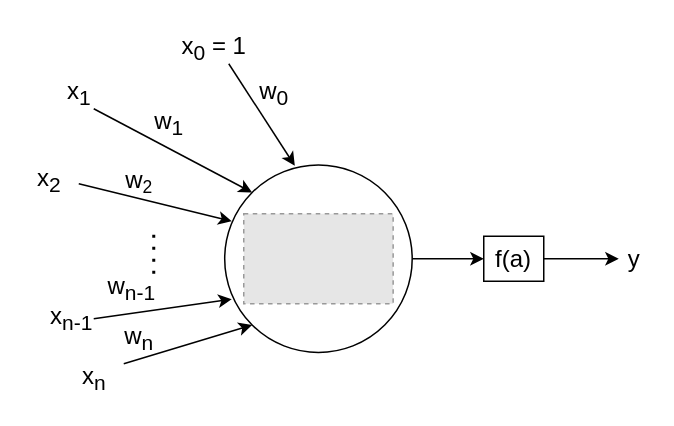
Above: img/perceptron.drawio in AleksasVaitulevicius/masters_latex (draw.io), before the change. Source tidied: cells renumbered, new cells numbered last; positions are measured from the earlier drawing's top-left corner, leaving out a move shared by most shapes. Both pictures are drawn from the tidied source at 150%, with x=0, y=0 at pixel (26, 26). Pictures stored in the file or linked from it are replaced by grey dashed boxes.
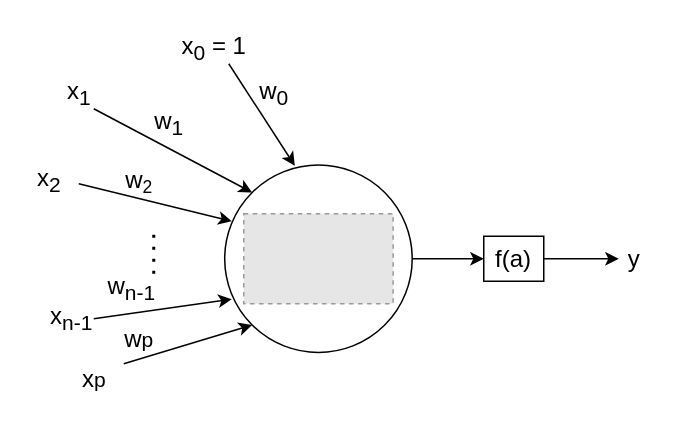
After the change.

Diff of the diagram source:
```diff
@@
-    <mxCell id="18" value="w&lt;sub&gt;&lt;font style=&quot;font-size: 14px&quot;&gt;n&lt;/font&gt;&lt;/sub&gt;" style="text;html=1;align=center;verticalAlign=middle;fontSize=16;" parent="1" vertex="1">
+    <mxCell id="18" value="w&lt;span style=&quot;font-size: 14px&quot;&gt;p&lt;/span&gt;" style="text;html=1;align=center;verticalAlign=middle;fontSize=16;" parent="1" vertex="1">
       <mxGeometry x="60" y="192.5" width="30" height="30" as="geometry" />
     </mxCell>
@@
-    <mxCell id="23" value="x&lt;sub&gt;&lt;font style=&quot;font-size: 14px&quot;&gt;n&lt;/font&gt;&lt;/sub&gt;" style="text;html=1;align=center;verticalAlign=middle;fontSize=16;" parent="1" vertex="1">
+    <mxCell id="23" value="x&lt;span style=&quot;font-size: 14px&quot;&gt;p&lt;/span&gt;" style="text;html=1;align=center;verticalAlign=middle;fontSize=16;" parent="1" vertex="1">
       <mxGeometry x="30" y="220" width="30" height="30" as="geometry" />
     </mxCell>
```
